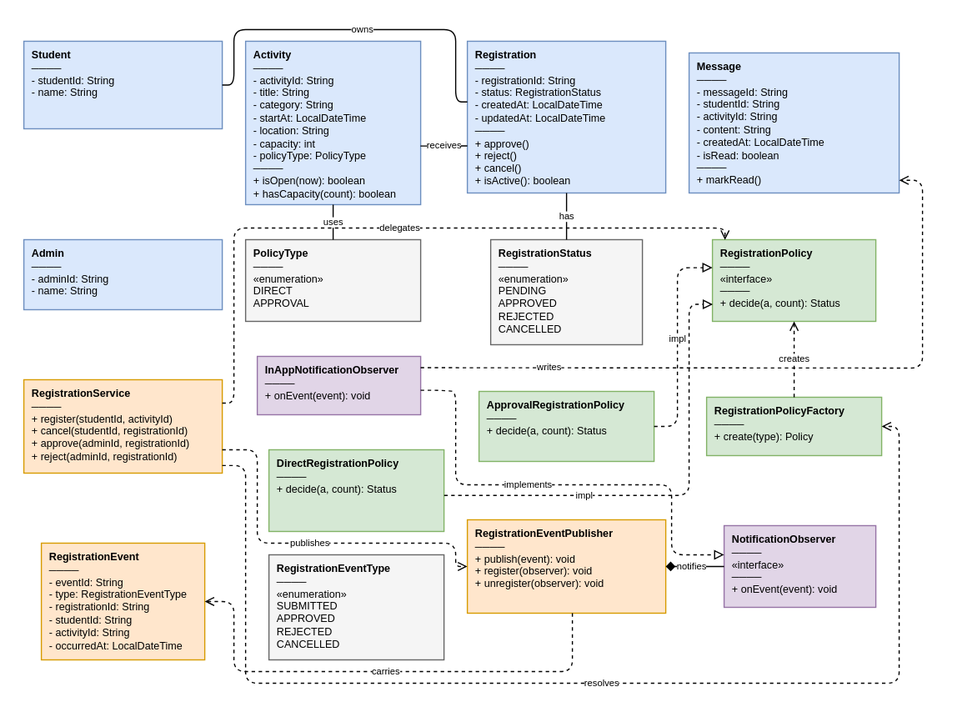
Earlier version of the draw.io export docs/design/diagrams/class-diagram.drawio.svg (Cynyun/CampusEvent). Source tidied: cells renumbered, new cells last; positions are measured from the earlier drawing's top-left corner, leaving out a move shared by most shapes.
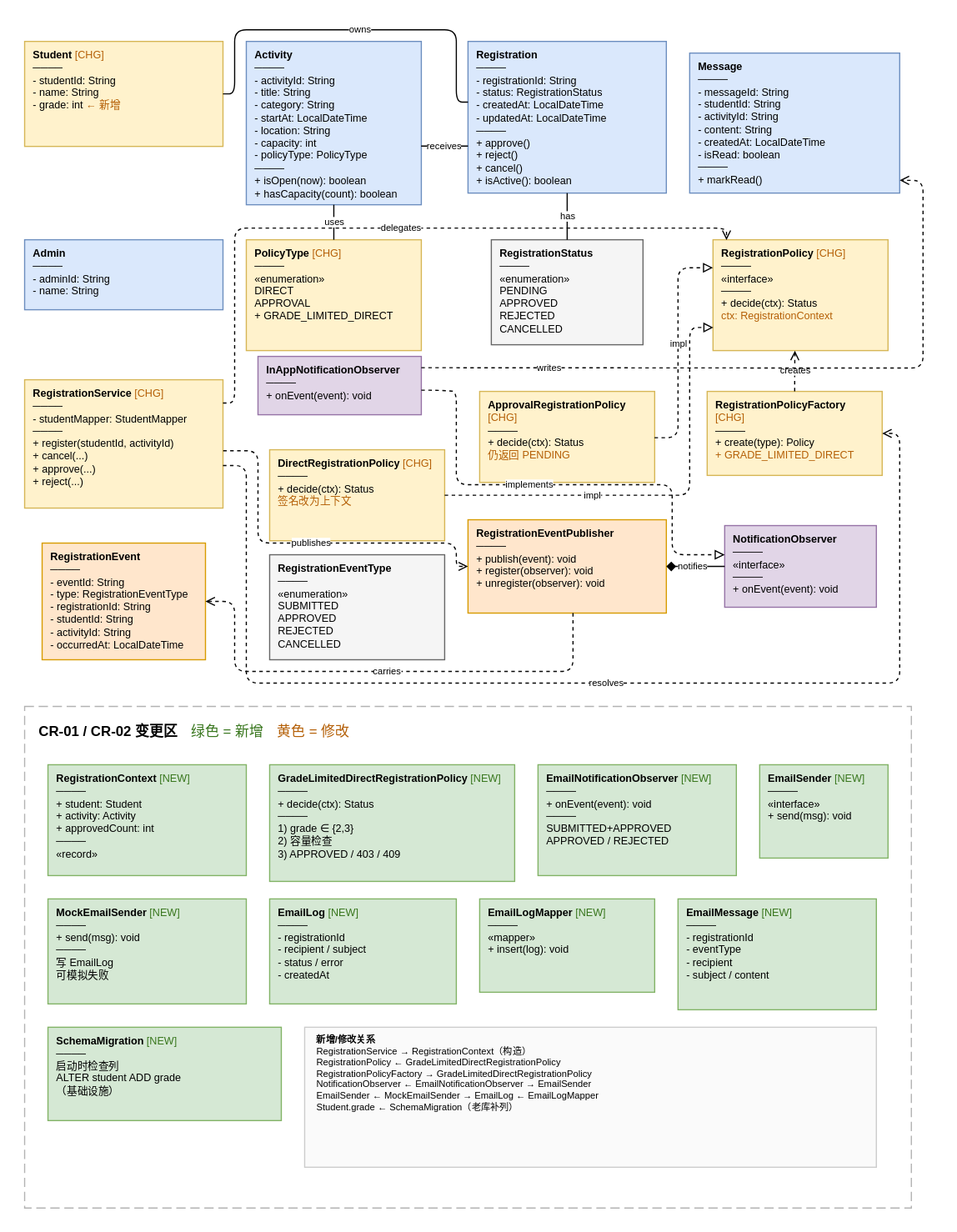
Above is the later version.

The edit, as a diff of the source:
```diff
@@ -2,8 +2,8 @@
   <root>
     <mxCell id="0" />
     <mxCell id="1" parent="0" />
-    <mxCell id="2" value="&lt;b&gt;Student&lt;/b&gt;&lt;br&gt;────&lt;br&gt;- studentId: String&lt;br&gt;- name: String" style="rounded=0;fillColor=#dae8fc;strokeColor=#6c8ebf;fontSize=9;align=left;verticalAlign=top;spacingLeft=5;spacingRight=5;whiteSpace=wrap;html=1;" parent="1" vertex="1">
-      <mxGeometry y="10" width="170" height="75" as="geometry" />
+    <mxCell id="2" value="&lt;b&gt;Student&lt;/b&gt; &lt;font color=&quot;#b45f06&quot;&gt;[CHG]&lt;/font&gt;&lt;br&gt;────&lt;br&gt;- studentId: String&lt;br&gt;- name: String&lt;br&gt;- grade: int &lt;font color=&quot;#b45f06&quot;&gt;← 新增&lt;/font&gt;" style="rounded=0;fontSize=9;align=left;verticalAlign=top;spacingLeft=5;spacingRight=5;whiteSpace=wrap;html=1;fillColor=#fff2cc;strokeColor=#d6b656;" parent="1" vertex="1">
+      <mxGeometry y="10" width="170" height="90" as="geometry" />
     </mxCell>
     <mxCell id="3" value="&lt;b&gt;Activity&lt;/b&gt;&lt;br&gt;────&lt;br&gt;- activityId: String&lt;br&gt;- title: String&lt;br&gt;- category: String&lt;br&gt;- startAt: LocalDateTime&lt;br&gt;- location: String&lt;br&gt;- capacity: int&lt;br&gt;- policyType: PolicyType&lt;br&gt;────&lt;br&gt;+ isOpen(now): boolean&lt;br&gt;+ hasCapacity(count): boolean" style="rounded=0;fillColor=#dae8fc;strokeColor=#6c8ebf;fontSize=9;align=left;verticalAlign=top;spacingLeft=5;spacingRight=5;whiteSpace=wrap;html=1;" parent="1" vertex="1">
       <mxGeometry x="190" y="10" width="150" height="140" as="geometry" />
@@ -17,29 +17,29 @@
     <mxCell id="6" value="&lt;b&gt;Admin&lt;/b&gt;&lt;br&gt;────&lt;br&gt;- adminId: String&lt;br&gt;- name: String" style="rounded=0;fillColor=#dae8fc;strokeColor=#6c8ebf;fontSize=9;align=left;verticalAlign=top;spacingLeft=5;spacingRight=5;whiteSpace=wrap;html=1;" parent="1" vertex="1">
       <mxGeometry y="180" width="170" height="60" as="geometry" />
     </mxCell>
-    <mxCell id="7" value="&lt;b&gt;PolicyType&lt;/b&gt;&lt;br&gt;────&lt;br&gt;«enumeration»&lt;br&gt;DIRECT&lt;br&gt;APPROVAL" style="rounded=0;fillColor=#f5f5f5;strokeColor=#666666;fontSize=9;align=left;verticalAlign=top;spacingLeft=5;spacingRight=5;whiteSpace=wrap;html=1;" parent="1" vertex="1">
-      <mxGeometry x="190" y="180" width="150" height="70" as="geometry" />
+    <mxCell id="7" value="&lt;b&gt;PolicyType&lt;/b&gt; &lt;font color=&quot;#b45f06&quot;&gt;[CHG]&lt;/font&gt;&lt;br&gt;────&lt;br&gt;«enumeration»&lt;br&gt;DIRECT&lt;br&gt;APPROVAL&lt;br&gt;+ GRADE_LIMITED_DIRECT" style="rounded=0;fontSize=9;align=left;verticalAlign=top;spacingLeft=5;spacingRight=5;whiteSpace=wrap;html=1;fillColor=#fff2cc;strokeColor=#d6b656;" parent="1" vertex="1">
+      <mxGeometry x="190" y="180" width="150" height="95" as="geometry" />
     </mxCell>
     <mxCell id="8" value="&lt;b&gt;RegistrationStatus&lt;/b&gt;&lt;br&gt;────&lt;br&gt;«enumeration»&lt;br&gt;PENDING&lt;br&gt;APPROVED&lt;br&gt;REJECTED&lt;br&gt;CANCELLED" style="rounded=0;fillColor=#f5f5f5;strokeColor=#666666;fontSize=9;align=left;verticalAlign=top;spacingLeft=5;spacingRight=5;whiteSpace=wrap;html=1;" parent="1" vertex="1">
       <mxGeometry x="400" y="180" width="130" height="90" as="geometry" />
     </mxCell>
-    <mxCell id="9" value="&lt;b&gt;RegistrationPolicy&lt;/b&gt;&lt;br&gt;────&lt;br&gt;«interface»&lt;br&gt;────&lt;br&gt;+ decide(a, count): Status" style="rounded=0;fillColor=#d5e8d4;strokeColor=#82b366;fontSize=9;align=left;verticalAlign=top;spacingLeft=5;spacingRight=5;whiteSpace=wrap;html=1;" parent="1" vertex="1">
-      <mxGeometry x="590" y="180" width="140" height="70" as="geometry" />
+    <mxCell id="9" value="&lt;b&gt;RegistrationPolicy&lt;/b&gt; &lt;font color=&quot;#b45f06&quot;&gt;[CHG]&lt;/font&gt;&lt;br&gt;────&lt;br&gt;«interface»&lt;br&gt;────&lt;br&gt;+ decide(ctx): Status&lt;br&gt;&lt;font color=&quot;#b45f06&quot;&gt;ctx: RegistrationContext&lt;/font&gt;" style="rounded=0;fontSize=9;align=left;verticalAlign=top;spacingLeft=5;spacingRight=5;whiteSpace=wrap;html=1;fillColor=#fff2cc;strokeColor=#d6b656;" parent="1" vertex="1">
+      <mxGeometry x="590" y="180" width="150" height="95" as="geometry" />
     </mxCell>
     <mxCell id="10" value="&lt;b&gt;InAppNotificationObserver&lt;/b&gt;&lt;br&gt;────&lt;br&gt;+ onEvent(event): void" style="rounded=0;fillColor=#e1d5e7;strokeColor=#9673a6;fontSize=9;align=left;verticalAlign=top;spacingLeft=5;spacingRight=5;whiteSpace=wrap;html=1;" parent="1" vertex="1">
       <mxGeometry x="200" y="280" width="140" height="50" as="geometry" />
     </mxCell>
-    <mxCell id="11" value="&lt;b&gt;DirectRegistrationPolicy&lt;/b&gt;&lt;br&gt;────&lt;br&gt;+ decide(a, count): Status" style="rounded=0;fillColor=#d5e8d4;strokeColor=#82b366;fontSize=9;align=left;verticalAlign=top;spacingLeft=5;spacingRight=5;whiteSpace=wrap;html=1;" parent="1" vertex="1">
-      <mxGeometry x="210" y="360" width="150" height="70" as="geometry" />
+    <mxCell id="11" value="&lt;b&gt;DirectRegistrationPolicy&lt;/b&gt; &lt;font color=&quot;#b45f06&quot;&gt;[CHG]&lt;/font&gt;&lt;br&gt;────&lt;br&gt;+ decide(ctx): Status&lt;br&gt;&lt;font color=&quot;#b45f06&quot;&gt;签名改为上下文&lt;/font&gt;" style="rounded=0;fontSize=9;align=left;verticalAlign=top;spacingLeft=5;spacingRight=5;whiteSpace=wrap;html=1;fillColor=#fff2cc;strokeColor=#d6b656;" parent="1" vertex="1">
+      <mxGeometry x="210" y="360" width="150" height="78" as="geometry" />
     </mxCell>
-    <mxCell id="12" value="&lt;b&gt;ApprovalRegistrationPolicy&lt;/b&gt;&lt;br&gt;────&lt;br&gt;+ decide(a, count): Status" style="rounded=0;fillColor=#d5e8d4;strokeColor=#82b366;fontSize=9;align=left;verticalAlign=top;spacingLeft=5;spacingRight=5;whiteSpace=wrap;html=1;" parent="1" vertex="1">
-      <mxGeometry x="390" y="310" width="150" height="60" as="geometry" />
+    <mxCell id="12" value="&lt;b&gt;ApprovalRegistrationPolicy&lt;/b&gt; &lt;font color=&quot;#b45f06&quot;&gt;[CHG]&lt;/font&gt;&lt;br&gt;────&lt;br&gt;+ decide(ctx): Status&lt;br&gt;&lt;font color=&quot;#b45f06&quot;&gt;仍返回 PENDING&lt;/font&gt;" style="rounded=0;fontSize=9;align=left;verticalAlign=top;spacingLeft=5;spacingRight=5;whiteSpace=wrap;html=1;fillColor=#fff2cc;strokeColor=#d6b656;" parent="1" vertex="1">
+      <mxGeometry x="390" y="310" width="150" height="78" as="geometry" />
     </mxCell>
-    <mxCell id="13" value="&lt;b&gt;RegistrationPolicyFactory&lt;/b&gt;&lt;br&gt;────&lt;br&gt;+ create(type): Policy" style="rounded=0;fillColor=#d5e8d4;strokeColor=#82b366;fontSize=9;align=left;verticalAlign=top;spacingLeft=5;spacingRight=5;whiteSpace=wrap;html=1;" parent="1" vertex="1">
-      <mxGeometry x="585" y="315" width="150" height="50" as="geometry" />
+    <mxCell id="13" value="&lt;b&gt;RegistrationPolicyFactory&lt;/b&gt; &lt;font color=&quot;#b45f06&quot;&gt;[CHG]&lt;/font&gt;&lt;br&gt;────&lt;br&gt;+ create(type): Policy&lt;br&gt;&lt;font color=&quot;#b45f06&quot;&gt;+ GRADE_LIMITED_DIRECT&lt;/font&gt;" style="rounded=0;fontSize=9;align=left;verticalAlign=top;spacingLeft=5;spacingRight=5;whiteSpace=wrap;html=1;fillColor=#fff2cc;strokeColor=#d6b656;" parent="1" vertex="1">
+      <mxGeometry x="585" y="310" width="150" height="72" as="geometry" />
     </mxCell>
-    <mxCell id="14" value="&lt;b&gt;RegistrationService&lt;/b&gt;&lt;br&gt;────&lt;br&gt;+ register(studentId, activityId)&lt;br&gt;+ cancel(studentId, registrationId)&lt;br&gt;+ approve(adminId, registrationId)&lt;br&gt;+ reject(adminId, registrationId)" style="rounded=0;fillColor=#ffe6cc;strokeColor=#d79b00;fontSize=9;align=left;verticalAlign=top;spacingLeft=5;spacingRight=5;whiteSpace=wrap;html=1;" parent="1" vertex="1">
-      <mxGeometry y="300" width="170" height="80" as="geometry" />
+    <mxCell id="14" value="&lt;b&gt;RegistrationService&lt;/b&gt; &lt;font color=&quot;#b45f06&quot;&gt;[CHG]&lt;/font&gt;&lt;br&gt;────&lt;br&gt;- studentMapper: StudentMapper&lt;br&gt;────&lt;br&gt;+ register(studentId, activityId)&lt;br&gt;+ cancel(...)&lt;br&gt;+ approve(...)&lt;br&gt;+ reject(...)" style="rounded=0;fontSize=9;align=left;verticalAlign=top;spacingLeft=5;spacingRight=5;whiteSpace=wrap;html=1;fillColor=#fff2cc;strokeColor=#d6b656;" parent="1" vertex="1">
+      <mxGeometry y="300" width="170" height="110" as="geometry" />
     </mxCell>
     <mxCell id="15" value="&lt;b&gt;RegistrationEvent&lt;/b&gt;&lt;br&gt;────&lt;br&gt;- eventId: String&lt;br&gt;- type: RegistrationEventType&lt;br&gt;- registrationId: String&lt;br&gt;- studentId: String&lt;br&gt;- activityId: String&lt;br&gt;- occurredAt: LocalDateTime" style="rounded=0;fillColor=#ffe6cc;strokeColor=#d79b00;fontSize=9;align=left;verticalAlign=top;spacingLeft=5;spacingRight=5;whiteSpace=wrap;html=1;" parent="1" vertex="1">
       <mxGeometry x="15" y="440" width="140" height="100" as="geometry" />
@@ -56,7 +56,7 @@
     <mxCell id="19" value="owns" style="edgeStyle=orthogonalEdgeStyle;endArrow=none;fontSize=8;exitX=1;exitY=0.5;entryX=0;entryY=0.4;html=1;" parent="1" edge="1" source="2" target="4">
       <mxGeometry x="0.05" relative="1" as="geometry">
         <Array as="points">
-          <mxPoint x="180" y="47.5" />
+          <mxPoint x="180" y="55" />
           <mxPoint x="180" />
           <mxPoint x="370" />
           <mxPoint x="370" y="62" />
@@ -72,39 +72,41 @@
     <mxCell id="22" value="uses" style="edgeStyle=orthogonalEdgeStyle;endArrow=none;fontSize=8;exitX=0.5;exitY=1;entryX=0.5;entryY=0;html=1;" parent="1" edge="1" source="3" target="7">
       <mxGeometry relative="1" as="geometry" />
     </mxCell>
-    <mxCell id="23" value="impl" style="endArrow=block;dashed=1;endFill=0;fontSize=8;html=1;edgeStyle=orthogonalEdgeStyle;exitX=1.001;exitY=0.559;entryX=0.002;entryY=0.792;exitDx=0;exitDy=0;exitPerimeter=0;entryDx=0;entryDy=0;entryPerimeter=0;" parent="1" edge="1" source="11" target="9">
-      <mxGeometry x="-0.39" relative="1" as="geometry">
+    <mxCell id="23" value="impl" style="endArrow=block;dashed=1;endFill=0;fontSize=8;html=1;edgeStyle=orthogonalEdgeStyle;exitX=1;exitY=0.5;entryX=0.002;entryY=0.792;exitDx=0;exitDy=0;entryDx=0;entryDy=0;entryPerimeter=0;" parent="1" edge="1" source="11" target="9">
+      <mxGeometry x="-0.33" relative="1" as="geometry">
         <Array as="points">
-          <mxPoint x="570" y="399.1" />
-          <mxPoint x="570" y="235.4" />
+          <mxPoint x="570" y="399" />
+          <mxPoint x="570" y="255.2" />
         </Array>
       </mxGeometry>
     </mxCell>
-    <mxCell id="24" value="impl" style="endArrow=block;dashed=1;endFill=0;fontSize=8;html=1;edgeStyle=orthogonalEdgeStyle;labelBackgroundColor=#ffffff;exitX=1;exitY=0.5;" parent="1" edge="1" source="12">
-      <mxGeometry x="0.02" relative="1" as="geometry">
+    <mxCell id="24" value="impl" style="endArrow=block;dashed=1;endFill=0;fontSize=8;html=1;edgeStyle=orthogonalEdgeStyle;labelBackgroundColor=#ffffff;exitX=0.999;exitY=0.509;exitDx=0;exitDy=0;exitPerimeter=0;" parent="1" edge="1" source="12">
+      <mxGeometry x="0.04" relative="1" as="geometry">
         <mxPoint x="590" y="204" as="targetPoint" />
         <Array as="points">
-          <mxPoint x="560" y="340" />
+          <mxPoint x="560" y="349.7" />
           <mxPoint x="560" y="204" />
         </Array>
       </mxGeometry>
     </mxCell>
-    <mxCell id="25" value="creates" style="edgeStyle=orthogonalEdgeStyle;endArrow=open;dashed=1;fontSize=8;exitX=0.5;exitY=0;entryX=0.5;entryY=1;html=1;" parent="1" edge="1" source="13" target="9">
+    <mxCell id="25" value="creates" style="edgeStyle=orthogonalEdgeStyle;endArrow=open;dashed=1;fontSize=8;exitX=0.5;exitY=0;entryX=0.468;entryY=1.002;html=1;entryDx=0;entryDy=0;entryPerimeter=0;" parent="1" edge="1" source="13" target="9">
       <mxGeometry relative="1" as="geometry" />
     </mxCell>
-    <mxCell id="26" value="delegates" style="edgeStyle=orthogonalEdgeStyle;endArrow=open;dashed=1;fontSize=8;exitX=1;exitY=0.25;entryX=0.077;entryY=0.002;html=1;entryDx=0;entryDy=0;entryPerimeter=0;" parent="1" edge="1" source="14" target="9">
+    <mxCell id="26" value="delegates" style="edgeStyle=orthogonalEdgeStyle;endArrow=open;dashed=1;fontSize=8;entryX=0.077;entryY=0.002;html=1;entryDx=0;entryDy=0;entryPerimeter=0;" parent="1" edge="1" target="9">
       <mxGeometry x="0.02" relative="1" as="geometry">
+        <mxPoint x="170" y="320" as="sourcePoint" />
         <Array as="points">
+          <mxPoint x="170.2" y="320" />
           <mxPoint x="180" y="320" />
           <mxPoint x="180" y="170" />
-          <mxPoint x="600.8" y="170" />
+          <mxPoint x="601.6" y="170" />
         </Array>
       </mxGeometry>
     </mxCell>
-    <mxCell id="27" value="publishes" style="edgeStyle=orthogonalEdgeStyle;endArrow=open;dashed=1;fontSize=8;exitX=1;exitY=0.75;entryX=0;entryY=0.5;html=1;" parent="1" edge="1" source="14" target="17">
+    <mxCell id="27" value="publishes" style="edgeStyle=orthogonalEdgeStyle;endArrow=open;dashed=1;fontSize=8;exitX=1.001;exitY=0.553;entryX=0;entryY=0.5;html=1;exitDx=0;exitDy=0;exitPerimeter=0;" parent="1" edge="1" source="14" target="17">
       <mxGeometry relative="1" as="geometry">
         <Array as="points">
-          <mxPoint x="200" y="360" />
+          <mxPoint x="200" y="360.8" />
           <mxPoint x="200" y="440" />
           <mxPoint x="370" y="440" />
           <mxPoint x="370" y="460" />
@@ -145,18 +147,54 @@
       </mxGeometry>
     </mxCell>
     <mxCell id="32" value="resolves" style="edgeStyle=orthogonalEdgeStyle;endArrow=open;dashed=1;fontSize=8;labelBackgroundColor=#ffffff;exitX=1;exitY=0.95;entryX=1;entryY=0.5;html=1;entryDx=0;entryDy=0;" parent="1" edge="1" target="13">
-      <mxGeometry x="0.02" relative="1" as="geometry">
+      <mxGeometry x="0.03" relative="1" as="geometry">
         <mxPoint x="170" y="373.5" as="sourcePoint" />
         <Array as="points">
           <mxPoint x="190" y="373.5" />
           <mxPoint x="190" y="560" />
           <mxPoint x="750" y="560" />
-          <mxPoint x="750" y="340" />
+          <mxPoint x="750" y="346" />
         </Array>
       </mxGeometry>
     </mxCell>
     <mxCell id="33" style="edgeStyle=orthogonalEdgeStyle;rounded=0;orthogonalLoop=1;jettySize=auto;html=1;innerLoopWaypoints=1;exitX=0.5;exitY=1;exitDx=0;exitDy=0;" parent="1" edge="1" source="4" target="4">
       <mxGeometry relative="1" as="geometry" />
     </mxCell>
+    <mxCell id="34" style="rounded=0;dashed=1;dashPattern=8 4;fillColor=none;strokeColor=#b3b3b3;whiteSpace=wrap;html=1;" parent="1" vertex="1">
+      <mxGeometry y="580" width="760" height="430" as="geometry" />
+    </mxCell>
+    <mxCell id="35" value="&lt;b&gt;CR-01 / CR-02 变更区&lt;/b&gt;　&lt;font color=&quot;#38761d&quot;&gt;绿色 = 新增&lt;/font&gt;　&lt;font color=&quot;#b45f06&quot;&gt;黄色 = 修改&lt;/font&gt;" style="text;align=left;verticalAlign=middle;fontSize=12;fillColor=none;strokeColor=none;whiteSpace=wrap;html=1;" parent="1" vertex="1">
+      <mxGeometry x="10" y="588" width="740" height="28" as="geometry" />
+    </mxCell>
+    <mxCell id="36" value="&lt;b&gt;RegistrationContext&lt;/b&gt; &lt;font color=&quot;#38761d&quot;&gt;[NEW]&lt;/font&gt;&lt;br&gt;────&lt;br&gt;+ student: Student&lt;br&gt;+ activity: Activity&lt;br&gt;+ approvedCount: int&lt;br&gt;────&lt;br&gt;«record»" style="rounded=0;fontSize=9;align=left;verticalAlign=top;spacingLeft=5;spacingRight=5;whiteSpace=wrap;html=1;fillColor=#d5e8d4;strokeColor=#82b366;" parent="1" vertex="1">
+      <mxGeometry x="20" y="630" width="170" height="95" as="geometry" />
+    </mxCell>
+    <mxCell id="37" value="&lt;b&gt;GradeLimitedDirectRegistrationPolicy&lt;/b&gt; &lt;font color=&quot;#38761d&quot;&gt;[NEW]&lt;/font&gt;&lt;br&gt;────&lt;br&gt;+ decide(ctx): Status&lt;br&gt;────&lt;br&gt;1) grade ∈ {2,3}&lt;br&gt;2) 容量检查&lt;br&gt;3) APPROVED / 403 / 409" style="rounded=0;fontSize=9;align=left;verticalAlign=top;spacingLeft=5;spacingRight=5;whiteSpace=wrap;html=1;fillColor=#d5e8d4;strokeColor=#82b366;" parent="1" vertex="1">
+      <mxGeometry x="210" y="630" width="210" height="100" as="geometry" />
+    </mxCell>
+    <mxCell id="38" value="&lt;b&gt;EmailNotificationObserver&lt;/b&gt; &lt;font color=&quot;#38761d&quot;&gt;[NEW]&lt;/font&gt;&lt;br&gt;────&lt;br&gt;+ onEvent(event): void&lt;br&gt;────&lt;br&gt;SUBMITTED+APPROVED&lt;br&gt;APPROVED / REJECTED" style="rounded=0;fontSize=9;align=left;verticalAlign=top;spacingLeft=5;spacingRight=5;whiteSpace=wrap;html=1;fillColor=#d5e8d4;strokeColor=#82b366;" parent="1" vertex="1">
+      <mxGeometry x="440" y="630" width="170" height="95" as="geometry" />
+    </mxCell>
+    <mxCell id="39" value="&lt;b&gt;EmailSender&lt;/b&gt; &lt;font color=&quot;#38761d&quot;&gt;[NEW]&lt;/font&gt;&lt;br&gt;────&lt;br&gt;«interface»&lt;br&gt;+ send(msg): void" style="rounded=0;fontSize=9;align=left;verticalAlign=top;spacingLeft=5;spacingRight=5;whiteSpace=wrap;html=1;fillColor=#d5e8d4;strokeColor=#82b366;" parent="1" vertex="1">
+      <mxGeometry x="630" y="630" width="110" height="80" as="geometry" />
+    </mxCell>
+    <mxCell id="40" value="&lt;b&gt;MockEmailSender&lt;/b&gt; &lt;font color=&quot;#38761d&quot;&gt;[NEW]&lt;/font&gt;&lt;br&gt;────&lt;br&gt;+ send(msg): void&lt;br&gt;────&lt;br&gt;写 EmailLog&lt;br&gt;可模拟失败" style="rounded=0;fontSize=9;align=left;verticalAlign=top;spacingLeft=5;spacingRight=5;whiteSpace=wrap;html=1;fillColor=#d5e8d4;strokeColor=#82b366;" parent="1" vertex="1">
+      <mxGeometry x="20" y="745" width="170" height="90" as="geometry" />
+    </mxCell>
+    <mxCell id="41" value="&lt;b&gt;EmailLog&lt;/b&gt; &lt;font color=&quot;#38761d&quot;&gt;[NEW]&lt;/font&gt;&lt;br&gt;────&lt;br&gt;- registrationId&lt;br&gt;- recipient / subject&lt;br&gt;- status / error&lt;br&gt;- createdAt" style="rounded=0;fontSize=9;align=left;verticalAlign=top;spacingLeft=5;spacingRight=5;whiteSpace=wrap;html=1;fillColor=#d5e8d4;strokeColor=#82b366;" parent="1" vertex="1">
+      <mxGeometry x="210" y="745" width="160" height="90" as="geometry" />
+    </mxCell>
+    <mxCell id="42" value="&lt;b&gt;EmailLogMapper&lt;/b&gt; &lt;font color=&quot;#38761d&quot;&gt;[NEW]&lt;/font&gt;&lt;br&gt;────&lt;br&gt;«mapper»&lt;br&gt;+ insert(log): void" style="rounded=0;fontSize=9;align=left;verticalAlign=top;spacingLeft=5;spacingRight=5;whiteSpace=wrap;html=1;fillColor=#d5e8d4;strokeColor=#82b366;" parent="1" vertex="1">
+      <mxGeometry x="390" y="745" width="150" height="80" as="geometry" />
+    </mxCell>
+    <mxCell id="43" value="&lt;b&gt;EmailMessage&lt;/b&gt; &lt;font color=&quot;#38761d&quot;&gt;[NEW]&lt;/font&gt;&lt;br&gt;────&lt;br&gt;- registrationId&lt;br&gt;- eventType&lt;br&gt;- recipient&lt;br&gt;- subject / content" style="rounded=0;fontSize=9;align=left;verticalAlign=top;spacingLeft=5;spacingRight=5;whiteSpace=wrap;html=1;fillColor=#d5e8d4;strokeColor=#82b366;" parent="1" vertex="1">
+      <mxGeometry x="560" y="745" width="170" height="95" as="geometry" />
+    </mxCell>
+    <mxCell id="44" value="&lt;b&gt;SchemaMigration&lt;/b&gt; &lt;font color=&quot;#38761d&quot;&gt;[NEW]&lt;/font&gt;&lt;br&gt;────&lt;br&gt;启动时检查列&lt;br&gt;ALTER student ADD grade&lt;br&gt;（基础设施）" style="rounded=0;fontSize=9;align=left;verticalAlign=top;spacingLeft=5;spacingRight=5;whiteSpace=wrap;html=1;fillColor=#d5e8d4;strokeColor=#82b366;" parent="1" vertex="1">
+      <mxGeometry x="20" y="855" width="200" height="80" as="geometry" />
+    </mxCell>
+    <mxCell id="45" value="&lt;b&gt;新增/修改关系&lt;/b&gt;&lt;br&gt;RegistrationService → RegistrationContext（构造）&lt;br&gt;RegistrationPolicy ← GradeLimitedDirectRegistrationPolicy&lt;br&gt;RegistrationPolicyFactory → GradeLimitedDirectRegistrationPolicy&lt;br&gt;NotificationObserver ← EmailNotificationObserver → EmailSender&lt;br&gt;EmailSender ← MockEmailSender → EmailLog ← EmailLogMapper&lt;br&gt;Student.grade ← SchemaMigration（老库补列）" style="text;align=left;verticalAlign=top;fontSize=8;fillColor=#fafafa;strokeColor=#cccccc;whiteSpace=wrap;html=1;spacingLeft=8;spacingRight=8;" parent="1" vertex="1">
+      <mxGeometry x="240" y="855" width="490" height="120" as="geometry" />
+    </mxCell>
   </root>
 </mxGraphModel>
```
